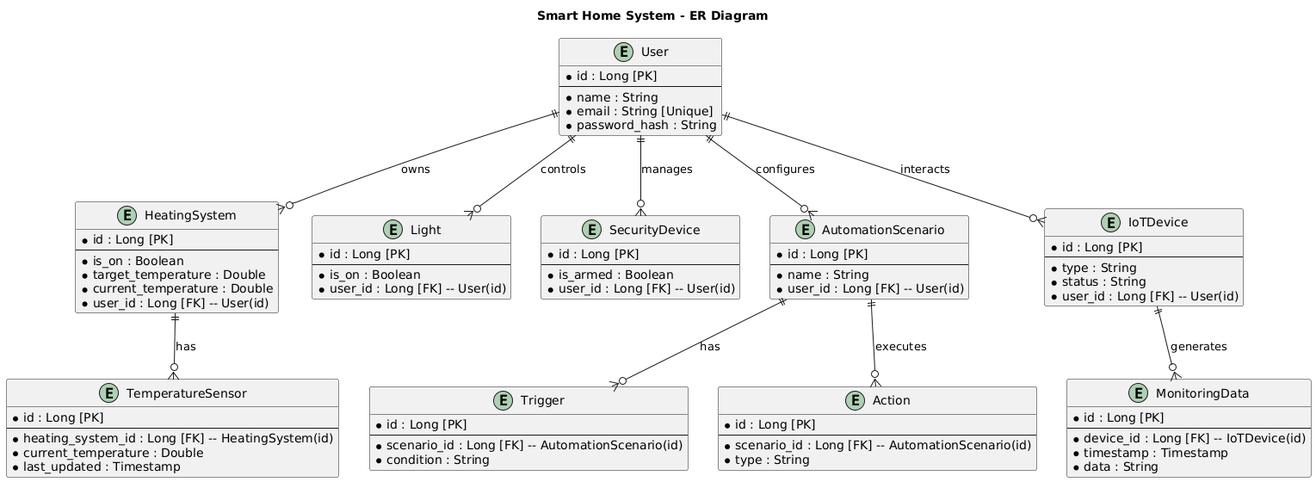
Earlier version of the PlantUML export diagrams/ER/SmartHomeERToBe.png (dramaqu33n/architecture-sprint-3). Source of this version:
```plantuml
@startuml
title Smart Home System - ER Diagram

entity User {
  * id : Long [PK]
  --
  * name : String
  * email : String [Unique]
  * password_hash : String
}

entity HeatingSystem {
  * id : Long [PK]
  --
  * is_on : Boolean
  * target_temperature : Double
  * current_temperature : Double
  * user_id : Long [FK] -- User(id)
}

entity TemperatureSensor {
  * id : Long [PK]
  --
  * heating_system_id : Long [FK] -- HeatingSystem(id)
  * current_temperature : Double
  * last_updated : Timestamp
}

entity Light {
  * id : Long [PK]
  --
  * is_on : Boolean
  * user_id : Long [FK] -- User(id)
}

entity SecurityDevice {
  * id : Long [PK]
  --
  * is_armed : Boolean
  * user_id : Long [FK] -- User(id)
}

entity AutomationScenario {
  * id : Long [PK]
  --
  * name : String
  * user_id : Long [FK] -- User(id)
}

entity Trigger {
  * id : Long [PK]
  --
  * scenario_id : Long [FK] -- AutomationScenario(id)
  * condition : String
}

entity Action {
  * id : Long [PK]
  --
  * scenario_id : Long [FK] -- AutomationScenario(id)
  * type : String
}

entity MonitoringData {
  * id : Long [PK]
  --
  * device_id : Long [FK] -- IoTDevice(id)
  * timestamp : Timestamp
  * data : String
}

entity IoTDevice {
  * id : Long [PK]
  --
  * type : String
  * status : String
  * user_id : Long [FK] -- User(id)
}

User ||--o{ HeatingSystem : "owns"
User ||--o{ Light : "controls"
User ||--o{ SecurityDevice : "manages"
User ||--o{ AutomationScenario : "configures"
User ||--o{ IoTDevice : "interacts"

HeatingSystem ||--o{ TemperatureSensor : "has"
AutomationScenario ||--o{ Trigger : "has"
AutomationScenario ||--o{ Action : "executes"
IoTDevice ||--o{ MonitoringData : "generates"
@enduml
```
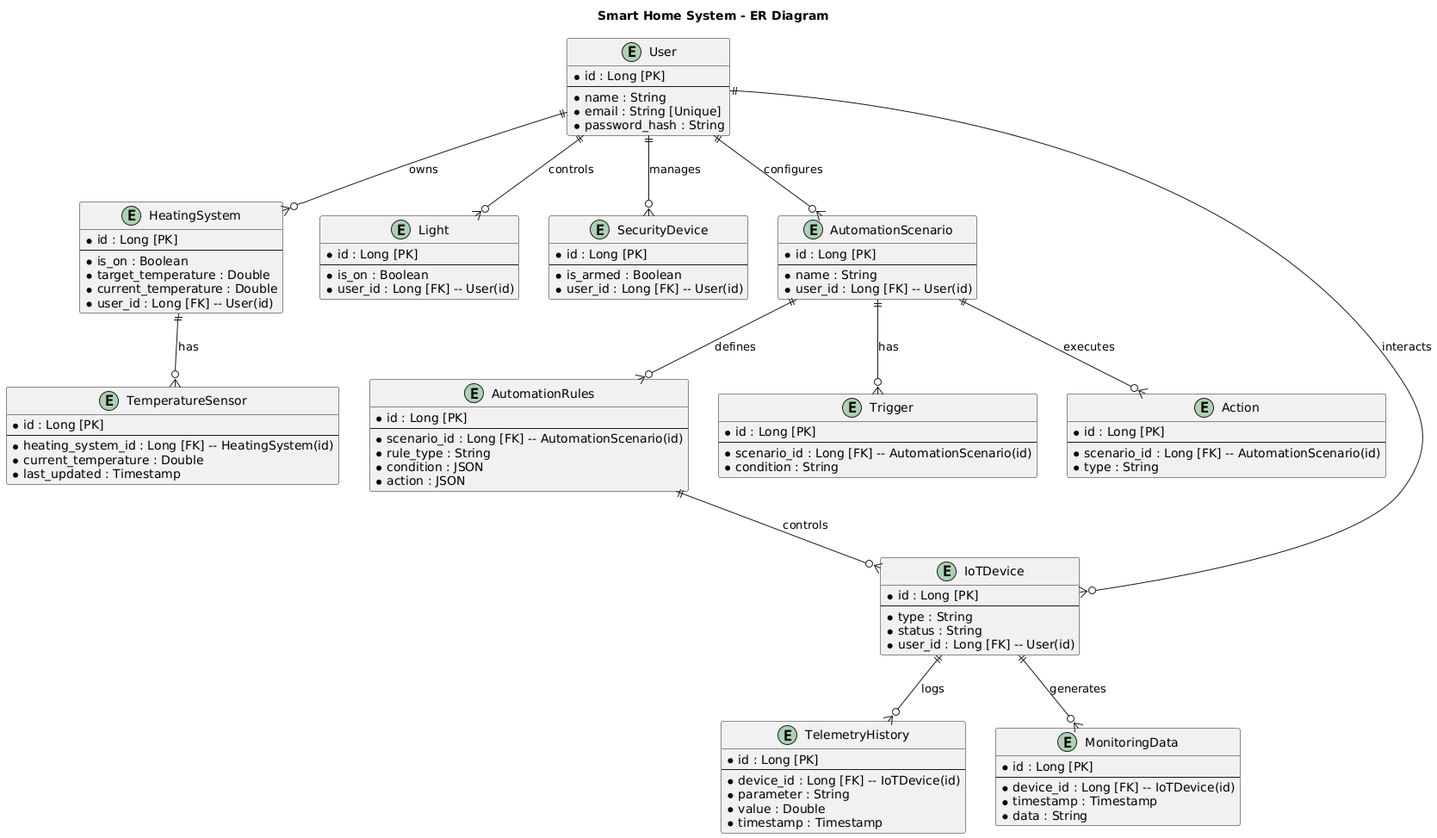
Later version of the same file.

Change to the diagram source:
```diff
@@ -47,6 +47,24 @@
   * user_id : Long [FK] -- User(id)
 }
 
+entity TelemetryHistory {
+  * id : Long [PK]
+  --
+  * device_id : Long [FK] -- IoTDevice(id)
+  * parameter : String
+  * value : Double
+  * timestamp : Timestamp
+}
+
+entity AutomationRules {
+  * id : Long [PK]
+  --
+  * scenario_id : Long [FK] -- AutomationScenario(id)
+  * rule_type : String
+  * condition : JSON
+  * action : JSON
+}
+
 entity Trigger {
   * id : Long [PK]
   --
@@ -86,5 +104,8 @@
 HeatingSystem ||--o{ TemperatureSensor : "has"
 AutomationScenario ||--o{ Trigger : "has"
 AutomationScenario ||--o{ Action : "executes"
+AutomationScenario ||--o{ AutomationRules : "defines"
+AutomationRules ||--o{ IoTDevice : "controls"
 IoTDevice ||--o{ MonitoringData : "generates"
+IoTDevice ||--o{ TelemetryHistory : "logs"
 @enduml
```
